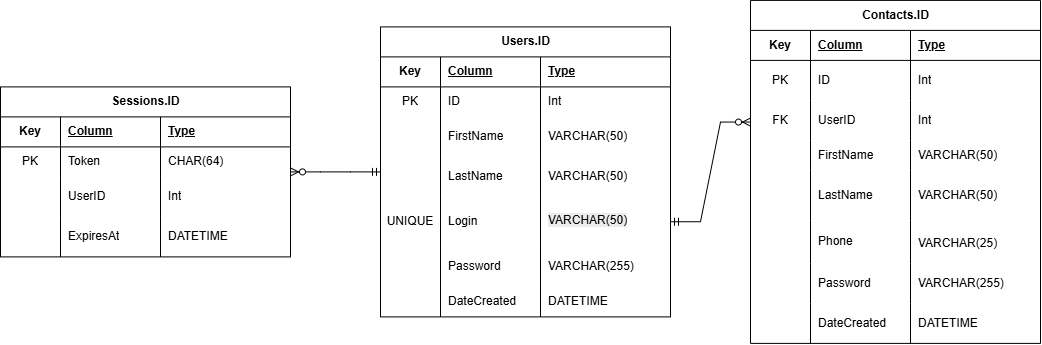
The draw.io diagram ERD/database-ERD.drawio.png in N-Saikrishna/CRUD, before a commit. Source tidied: cells renumbered, new cells last; positions are measured from the earlier drawing's top-left corner, leaving out a move shared by most shapes.
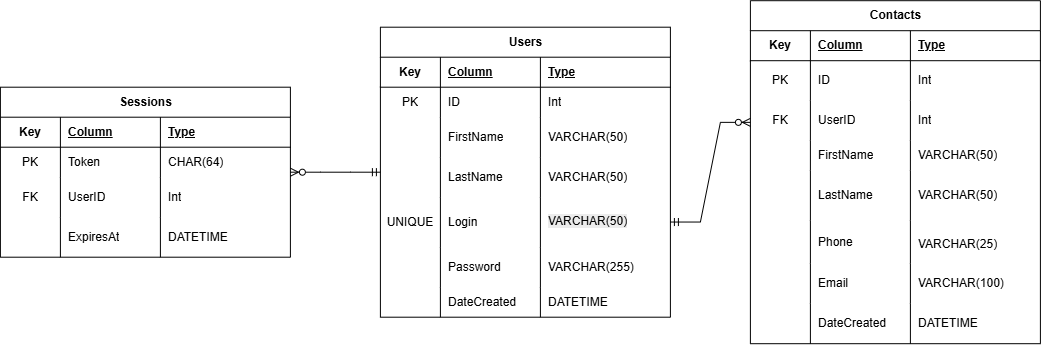
Above is the later version.

Commit message:
Corrected some mistakes

Change to the diagram source:
```diff
@@ -1,11 +1,11 @@
-<mxGraphModel>
+<mxGraphModel background="light-dark(#ffffff, #121212)">
   <root>
     <mxCell id="0" />
     <mxCell id="1" parent="0" />
     <mxCell id="2" style="edgeStyle=entityRelationEdgeStyle;rounded=0;jettySize=auto;html=1;endArrow=ERzeroToMany;endFill=0;startArrow=ERmandOne;startFill=0;" parent="1" edge="1" source="3" target="66">
       <mxGeometry relative="1" as="geometry" />
     </mxCell>
-    <mxCell id="3" value="Users.ID" style="shape=table;startSize=30;rowLines=0;fontStyle=1;align=center;html=1;" parent="1" vertex="1">
+    <mxCell id="3" value="Users" style="shape=table;startSize=30;rowLines=0;fontStyle=1;align=center;html=1;" parent="1" vertex="1">
       <mxGeometry x="380" y="26" width="290" height="290" as="geometry" />
     </mxCell>
     <mxCell id="4" style="shape=tableRow;horizontal=0;startSize=0;swimlaneHead=0;swimlaneBody=0;fillColor=none;top=0;left=0;right=0;bottom=1;" parent="3" vertex="1">
@@ -92,7 +92,7 @@
     <mxCell id="31" value="DATETIME" style="shape=partialRectangle;fillColor=none;top=0;left=0;bottom=0;right=0;align=left;spacingLeft=6;overflow=hidden;whiteSpace=wrap;html=1;" parent="28" vertex="1">
       <mxGeometry x="160" width="130" height="30" as="geometry" />
     </mxCell>
-    <mxCell id="32" value="Contacts.ID" style="shape=table;startSize=30;rowLines=0;fontStyle=1;align=center;html=1;" parent="1" vertex="1">
+    <mxCell id="32" value="Contacts" style="shape=table;startSize=30;rowLines=0;fontStyle=1;align=center;html=1;" parent="1" vertex="1">
       <mxGeometry x="750" y="-0.5" width="290" height="343" as="geometry" />
     </mxCell>
     <mxCell id="33" style="shape=tableRow;horizontal=0;startSize=0;swimlaneHead=0;swimlaneBody=0;fillColor=none;top=0;left=0;right=0;bottom=1;" parent="32" vertex="1">
@@ -173,10 +173,10 @@
     <mxCell id="58" style="shape=partialRectangle;fillColor=none;top=0;left=0;bottom=0;right=0;overflow=hidden;whiteSpace=wrap;html=1;" parent="57" vertex="1">
       <mxGeometry width="60" height="40" as="geometry" />
     </mxCell>
-    <mxCell id="59" value="Password" style="shape=partialRectangle;fillColor=none;top=0;left=0;bottom=0;right=0;align=left;spacingLeft=6;overflow=hidden;whiteSpace=wrap;html=1;" parent="57" vertex="1">
+    <mxCell id="59" value="Email" style="shape=partialRectangle;fillColor=none;top=0;left=0;bottom=0;right=0;align=left;spacingLeft=6;overflow=hidden;whiteSpace=wrap;html=1;" parent="57" vertex="1">
       <mxGeometry x="60" width="100" height="40" as="geometry" />
     </mxCell>
-    <mxCell id="60" value="VARCHAR(255)" style="shape=partialRectangle;fillColor=none;top=0;left=0;bottom=0;right=0;align=left;spacingLeft=6;overflow=hidden;whiteSpace=wrap;html=1;" parent="57" vertex="1">
+    <mxCell id="60" value="VARCHAR(100)" style="shape=partialRectangle;fillColor=none;top=0;left=0;bottom=0;right=0;align=left;spacingLeft=6;overflow=hidden;whiteSpace=wrap;html=1;" parent="57" vertex="1">
       <mxGeometry x="160" width="130" height="40" as="geometry" />
     </mxCell>
     <mxCell id="61" style="shape=tableRow;horizontal=0;startSize=0;swimlaneHead=0;swimlaneBody=0;fillColor=none;top=0;left=0;right=0;bottom=0;" parent="32" vertex="1">
@@ -197,7 +197,7 @@
         <mxPoint x="750" y="121.2" as="targetPoint" />
       </mxGeometry>
     </mxCell>
-    <mxCell id="66" value="Sessions.ID" style="shape=table;startSize=30;rowLines=0;fontStyle=1;align=center;html=1;" parent="1" vertex="1">
+    <mxCell id="66" value="Sessions" style="shape=table;startSize=30;rowLines=0;fontStyle=1;align=center;html=1;" parent="1" vertex="1">
       <mxGeometry y="86" width="290" height="170" as="geometry" />
     </mxCell>
     <mxCell id="67" style="shape=tableRow;horizontal=0;startSize=0;swimlaneHead=0;swimlaneBody=0;fillColor=none;top=0;left=0;right=0;bottom=1;" parent="66" vertex="1">
@@ -227,7 +227,7 @@
     <mxCell id="75" style="shape=tableRow;horizontal=0;startSize=0;swimlaneHead=0;swimlaneBody=0;fillColor=none;top=0;left=0;right=0;bottom=0;" parent="66" vertex="1">
       <mxGeometry y="90" width="290" height="40" as="geometry" />
     </mxCell>
-    <mxCell id="76" style="shape=partialRectangle;fillColor=none;top=0;left=0;bottom=0;right=0;overflow=hidden;whiteSpace=wrap;html=1;" parent="75" vertex="1">
+    <mxCell id="76" value="FK" style="shape=partialRectangle;fillColor=none;top=0;left=0;bottom=0;right=0;overflow=hidden;whiteSpace=wrap;html=1;" parent="75" vertex="1">
       <mxGeometry width="60" height="40" as="geometry" />
     </mxCell>
     <mxCell id="77" value="UserID" style="shape=partialRectangle;fillColor=none;top=0;left=0;bottom=0;right=0;align=left;spacingLeft=6;overflow=hidden;whiteSpace=wrap;html=1;" parent="75" vertex="1">
```
